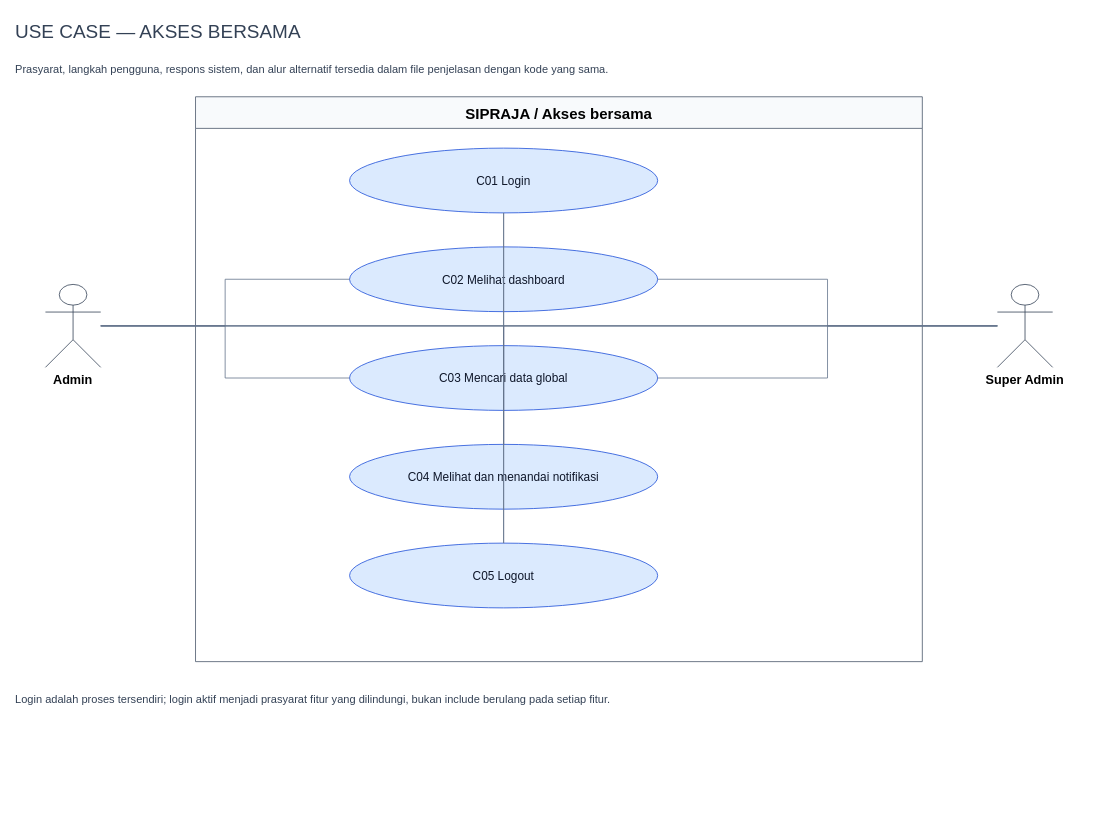
Above: page "03 - Akses bersama" (3 of 8) of docs/SIPRAJA-use-case.drawio in Samuel-smr/Satpolpp (draw.io), before the change. Source tidied: cells renumbered, new cells numbered last; positions are measured from the earlier drawing's top-left corner, leaving out a move shared by most shapes. Both pictures are drawn from the tidied source at 79%, with x=0, y=0 at pixel (13, 13).
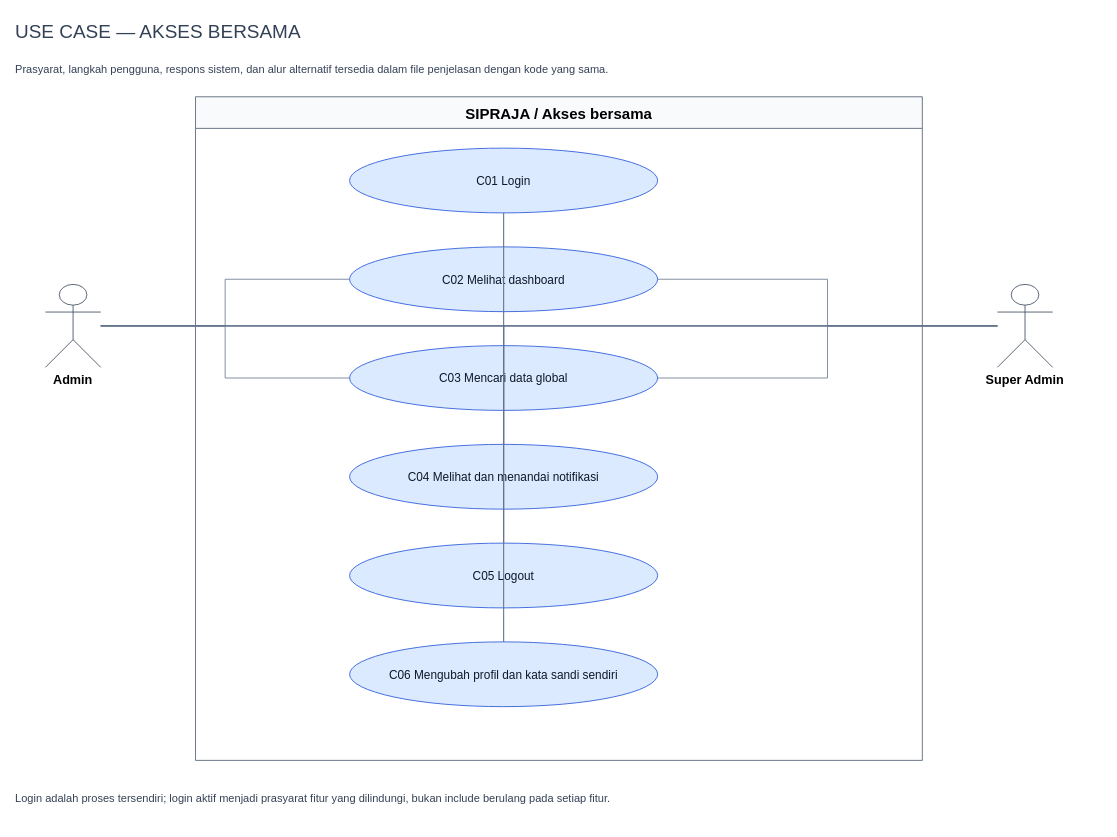
The same diagram, later.

The change refers to these unchanged cells:
```xml
<mxCell id="5" value="Admin" style="shape=umlActor;verticalLabelPosition=bottom;verticalAlign=top;html=0;outlineConnect=0;fontSize=16;fontStyle=1;strokeColor=#334155;fillColor=#ffffff;" parent="1" vertex="1">
  <mxGeometry x="40" y="342.5" width="70" height="105" as="geometry" />
</mxCell>
<mxCell id="6" value="Super Admin" style="shape=umlActor;verticalLabelPosition=bottom;verticalAlign=top;html=0;outlineConnect=0;fontSize=16;fontStyle=1;strokeColor=#334155;fillColor=#ffffff;" parent="1" vertex="1">
  <mxGeometry x="1245" y="342.5" width="70" height="105" as="geometry" />
</mxCell>
```

The edit, as a diff of the source:
```diff
@@
     <mxCell id="4" value="SIPRAJA / Akses bersama" style="swimlane;startSize=40;horizontal=1;html=0;fillColor=#f8fafc;swimlaneFillColor=#ffffff;strokeColor=#475569;fontSize=19;fontStyle=1;" parent="1" vertex="1">
-      <mxGeometry x="230" y="105" width="920" height="715" as="geometry" />
+      <mxGeometry x="230" y="105" width="920" height="840" as="geometry" />
     </mxCell>
@@
     <mxCell id="12" value="Login adalah proses tersendiri; login aktif menjadi prasyarat fitur yang dilindungi, bukan include berulang pada setiap fitur." style="text;html=0;whiteSpace=wrap;align=left;verticalAlign=middle;fontSize=14;fontColor=#334155;" parent="1" vertex="1">
-      <mxGeometry y="835" width="1370" height="65" as="geometry" />
+      <mxGeometry y="960" width="1370" height="65" as="geometry" />
     </mxCell>
@@
+    <mxCell id="23" value="C06 Mengubah profil dan kata sandi sendiri" style="ellipse;whiteSpace=wrap;html=0;fontSize=15;spacing=10;fillColor=#dbeafe;strokeColor=#1d4ed8;fontColor=#0f172a;" parent="1" vertex="1">
+      <mxGeometry x="425" y="795" width="390" height="82" as="geometry" />
+    </mxCell>
+    <mxCell id="24" style="edgeStyle=orthogonalEdgeStyle;rounded=0;html=0;endArrow=none;endFill=0;dashed=0;strokeColor=#64748b;fontSize=12;labelBackgroundColor=#ffffff;" parent="1" edge="1" source="5" target="23">
+      <mxGeometry relative="1" as="geometry" />
+    </mxCell>
+    <mxCell id="25" style="edgeStyle=orthogonalEdgeStyle;rounded=0;html=0;endArrow=none;endFill=0;dashed=0;strokeColor=#64748b;fontSize=12;labelBackgroundColor=#ffffff;" parent="1" edge="1" source="6" target="23">
+      <mxGeometry relative="1" as="geometry" />
+    </mxCell>
```
